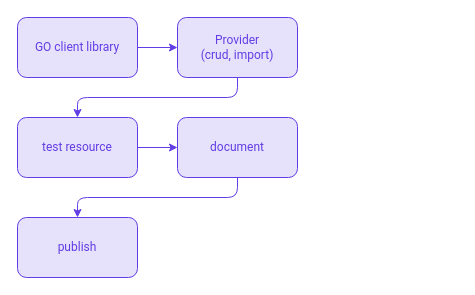
Earlier version of the draw.io diagram terraform.drawio (Jayp0weru5r/diagrams). Source tidied: cells renumbered, new cells numbered last; positions are measured from the earlier drawing's top-left corner, leaving out a move shared by most shapes. Both pictures are drawn from the tidied source at 100%, with x=0, y=0 at pixel (17, 17). Pictures stored in the file or linked from it are replaced by grey dashed boxes.
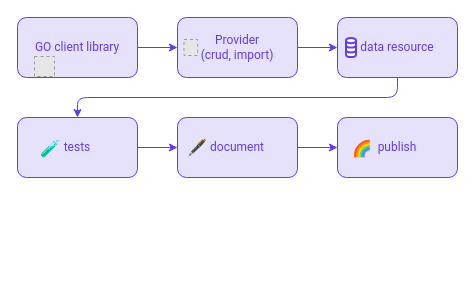
After the change.

The change refers to these unchanged cells:
```xml
<mxCell id="7" value="Provider&lt;br&gt;(crud, import)&lt;br&gt;" style="rounded=1;whiteSpace=wrap;html=1;strokeColor=none;fillColor=#623CE4;opacity=15;fontFamily=Roboto;fontColor=#623CE4;" parent="1" vertex="1">
  <mxGeometry x="160" width="120" height="60" as="geometry" />
</mxCell>
<mxCell id="13" value="document" style="rounded=1;whiteSpace=wrap;html=1;strokeColor=none;fillColor=#623CE4;opacity=15;fontFamily=Roboto;fontColor=#623CE4;" parent="1" vertex="1">
  <mxGeometry x="160" y="100" width="120" height="60" as="geometry" />
</mxCell>
```

What changed in the source:
```diff
@@
-    <mxCell id="6" style="edgeStyle=orthogonalEdgeStyle;rounded=1;jettySize=auto;html=1;strokeColor=#623CE4;fillColor=none;fontColor=#623CE4;entryX=0.5;entryY=0;entryDx=0;entryDy=0;" parent="1" edge="1" source="7" target="10">
-      <mxGeometry relative="1" as="geometry">
-        <Array as="points">
-          <mxPoint x="220" y="80" />
-          <mxPoint x="60" y="80" />
-        </Array>
-      </mxGeometry>
-    </mxCell>
+    <mxCell id="16" style="edgeStyle=orthogonalEdgeStyle;rounded=1;jettySize=auto;html=1;entryX=0;entryY=0.5;entryDx=0;entryDy=0;strokeColor=#623CE4;fillColor=none;fontColor=#623CE4;" parent="1" edge="1" source="7" target="19">
+      <mxGeometry relative="1" as="geometry" />
+    </mxCell>
@@
-    <mxCell id="10" value="test resource" style="rounded=1;whiteSpace=wrap;html=1;strokeColor=none;fillColor=#623CE4;opacity=15;fontFamily=Roboto;fontColor=#623CE4;" parent="1" vertex="1">
+    <mxCell id="10" value="tests" style="rounded=1;whiteSpace=wrap;html=1;strokeColor=none;fillColor=#623CE4;opacity=15;fontFamily=Roboto;fontColor=#623CE4;" parent="1" vertex="1">
       <mxGeometry y="100" width="120" height="60" as="geometry" />
     </mxCell>
@@
-    <mxCell id="12" style="edgeStyle=orthogonalEdgeStyle;rounded=1;jettySize=auto;html=1;strokeColor=#623CE4;fillColor=none;fontColor=#623CE4;" parent="1" edge="1" source="13" target="15">
-      <mxGeometry relative="1" as="geometry">
-        <Array as="points">
-          <mxPoint x="220" y="180" />
-          <mxPoint x="60" y="180" />
-        </Array>
-      </mxGeometry>
+    <mxCell id="12" style="edgeStyle=orthogonalEdgeStyle;rounded=1;jettySize=auto;html=1;entryX=0;entryY=0.5;entryDx=0;entryDy=0;strokeColor=#623CE4;fillColor=none;fontColor=#623CE4;" parent="1" edge="1" source="13" target="15">
+      <mxGeometry relative="1" as="geometry" />
     </mxCell>
@@
     <mxCell id="14" style="rounded=1;whiteSpace=wrap;html=1;strokeColor=#623CE4;fillColor=none;" parent="1" vertex="1">
-      <mxGeometry y="200" width="120" height="60" as="geometry" />
+      <mxGeometry x="320" y="100" width="120" height="60" as="geometry" />
     </mxCell>
     <mxCell id="15" value="publish" style="rounded=1;whiteSpace=wrap;html=1;strokeColor=none;fillColor=#623CE4;opacity=15;fontFamily=Roboto;fontColor=#623CE4;" parent="1" vertex="1">
-      <mxGeometry y="200" width="120" height="60" as="geometry" />
+      <mxGeometry x="320" y="100" width="120" height="60" as="geometry" />
     </mxCell>
+    <mxCell id="17" style="edgeStyle=orthogonalEdgeStyle;rounded=1;jettySize=auto;html=1;strokeColor=#623CE4;fillColor=none;fontColor=#623CE4;" parent="1" edge="1" source="18" target="10">
+      <mxGeometry relative="1" as="geometry">
+        <Array as="points">
+          <mxPoint x="380" y="80" />
+          <mxPoint x="60" y="80" />
+        </Array>
+      </mxGeometry>
+    </mxCell>
+    <mxCell id="18" style="rounded=1;whiteSpace=wrap;html=1;strokeColor=#623CE4;fillColor=none;" parent="1" vertex="1">
+      <mxGeometry x="320" width="120" height="60" as="geometry" />
+    </mxCell>
+    <mxCell id="19" value="data resource&lt;br&gt;" style="rounded=1;whiteSpace=wrap;html=1;strokeColor=none;fillColor=#623CE4;opacity=15;fontFamily=Roboto;fontColor=#623CE4;" parent="1" vertex="1">
+      <mxGeometry x="320" width="120" height="60" as="geometry" />
+    </mxCell>
+    <mxCell id="20" value="🖋️" style="text;html=1;strokeColor=none;fillColor=none;align=center;verticalAlign=middle;whiteSpace=wrap;rounded=0;fontColor=#623CE4;opacity=15;fontSize=16;" parent="1" vertex="1">
+      <mxGeometry x="160" y="120" width="40" height="20" as="geometry" />
+    </mxCell>
+    <mxCell id="21" value="🌈" style="text;html=1;fontSize=16;fontColor=#623CE4;" parent="1" vertex="1">
+      <mxGeometry x="333" y="115" width="20" height="30" as="geometry" />
+    </mxCell>
+    <mxCell id="22" style="fillColor=#E6E6E6;strokeColor=#999999;dashed=1;verticalLabelPosition=bottom;labelBackgroundColor=#ffffff;verticalAlign=top;" parent="1" vertex="1">
+      <mxGeometry x="17" y="39" width="20" height="20" as="geometry" />
+    </mxCell>
+    <mxCell id="23" value="🧪" style="text;html=1;fontSize=16;fontColor=#623CE4;" parent="1" vertex="1">
+      <mxGeometry x="21" y="115" width="50" height="30" as="geometry" />
+    </mxCell>
+    <mxCell id="24" style="html=1;verticalLabelPosition=bottom;align=center;labelBackgroundColor=#ffffff;verticalAlign=top;strokeWidth=2;strokeColor=#623CE4;fillColor=#ffffff;shadow=0;dashed=0;shape=mxgraph.ios7.icons.data;fontSize=16;fontColor=#623CE4;" parent="1" vertex="1">
+      <mxGeometry x="328.5" y="20.5" width="10" height="19" as="geometry" />
+    </mxCell>
+    <mxCell id="25" style="fillColor=#E6E6E6;strokeColor=#999999;dashed=1;verticalLabelPosition=bottom;labelBackgroundColor=#ffffff;verticalAlign=top;" parent="1" vertex="1">
+      <mxGeometry x="166.5" y="22" width="13.7" height="16" as="geometry" />
+    </mxCell>
```
